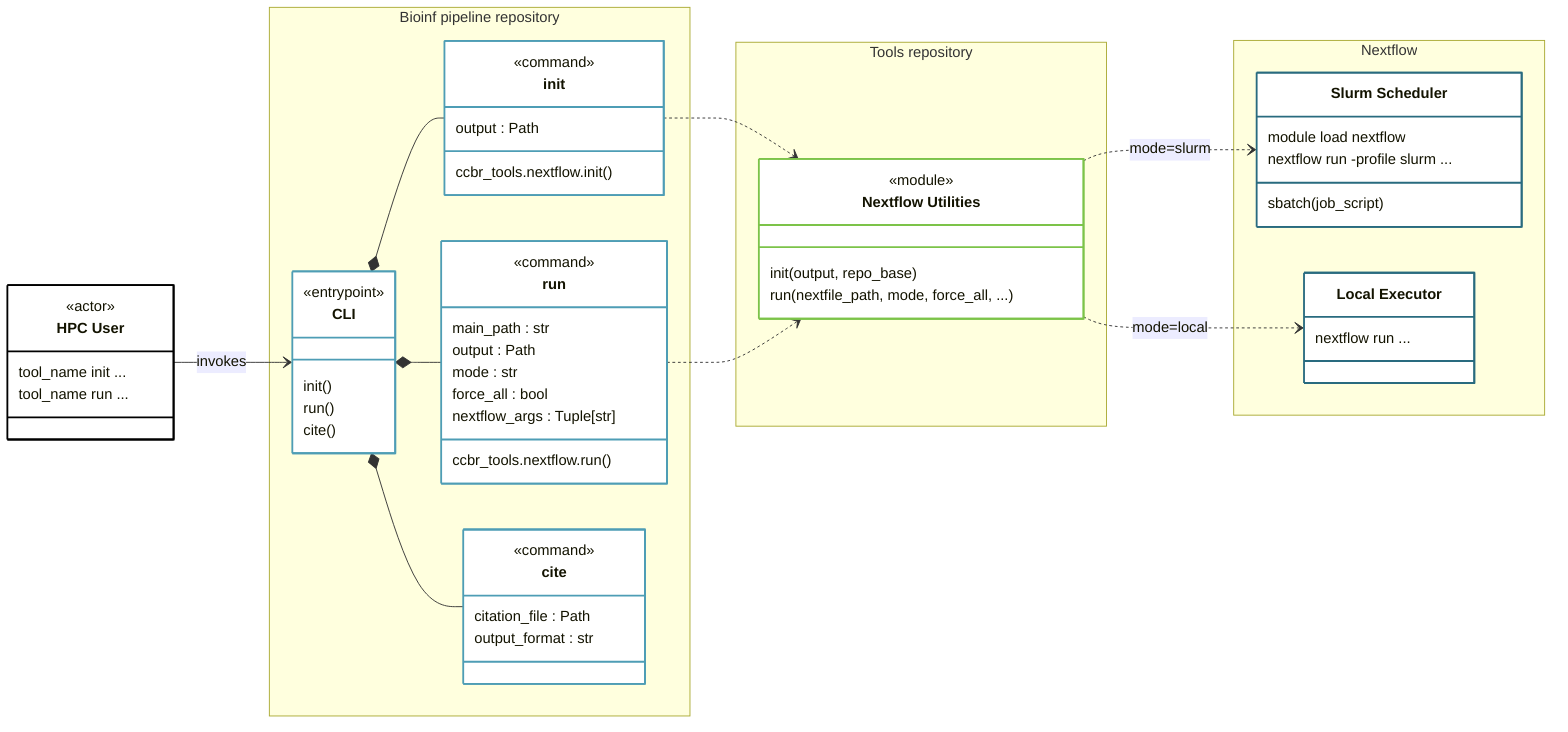
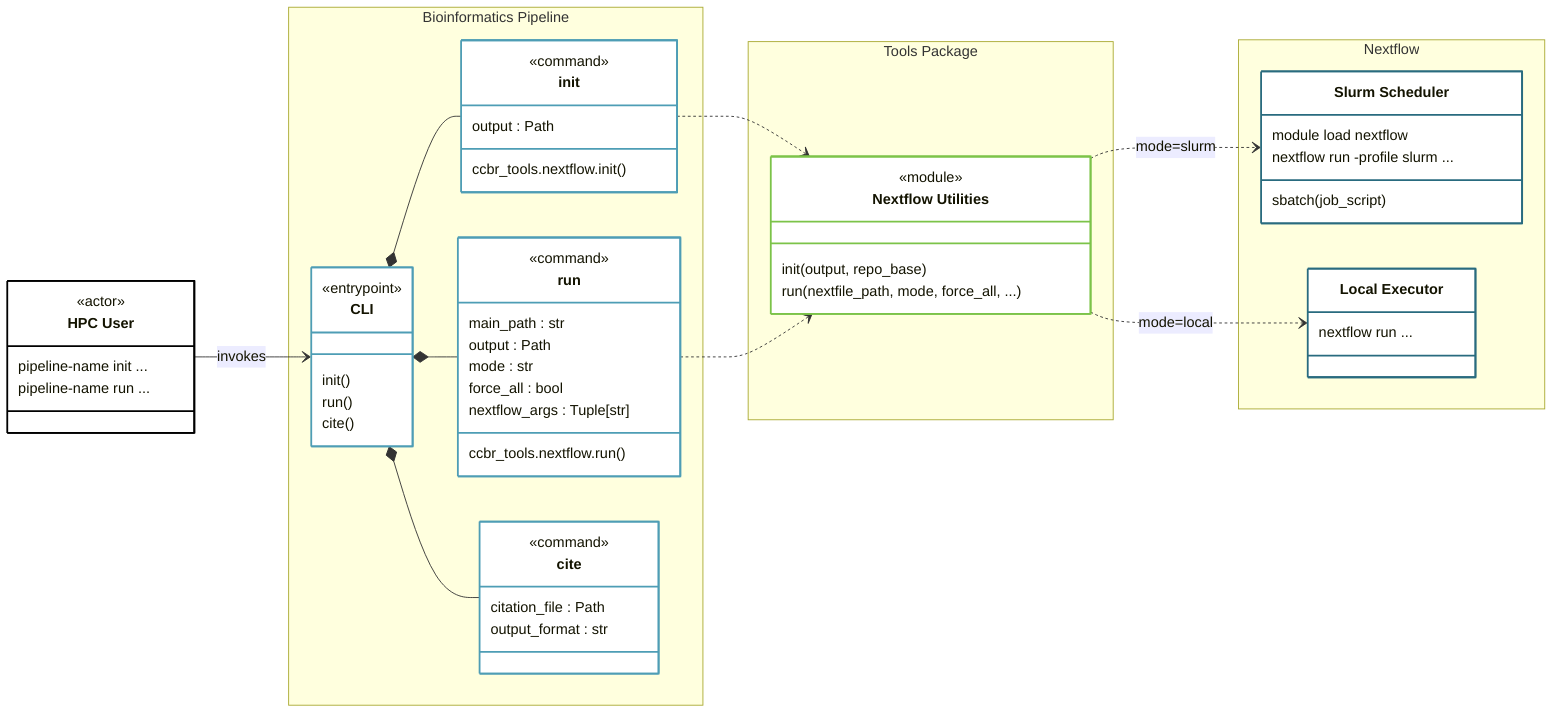
%%{init: {
  "themeVariables": {
    "background": "transparent",
    "fontSize": "18px",
    "edgeLabelBackground": "#f2f2f2",
  }
}}%%
classDiagram
    direction LR

    class `HPC User`:::actor {
        <<actor>>
-         tool_name init ...
-         tool_name run ...
+         pipeline-name init ...
+         pipeline-name run ...
    }

-     namespace `Bioinf pipeline repository` {
+     namespace `Bioinformatics Pipeline` {
        class CLI:::entrypoint {
            <<entrypoint>>
            init()
            run()
            cite()
        }

        class init:::command {
            <<command>>
            output : Path
            ccbr_tools.nextflow.init()
        }

        class run:::command {
            <<command>>
            main_path : str
            output : Path
            mode : str
            force_all : bool
            nextflow_args : Tuple[str]
            ccbr_tools.nextflow.run()
        }

        class cite:::command {
            <<command>>
            citation_file : Path
            output_format : str
        }
    }

-     namespace `Tools repository` {
+     namespace `Tools Package` {
        class `Nextflow Utilities`:::service {
          <<module>>
            init(output, repo_base)
            run(nextfile_path, mode, force_all, ...)
        }
    }

    namespace Nextflow {
        class `Slurm Scheduler`:::external {
            module load nextflow
            nextflow run -profile slurm ...
            sbatch(job_script)
        }

        class `Local Executor`:::external {
            nextflow run ...
        }
    }

    `HPC User` --> CLI : invokes
    CLI *-- init
    CLI *-- run
    CLI *-- cite
    init ..> `Nextflow Utilities`
    run ..> `Nextflow Utilities`
    `Nextflow Utilities` ..> `Slurm Scheduler` : mode=slurm
    `Nextflow Utilities` ..> `Local Executor` : mode=local

    %% Styles
    classDef actor fill:#ffffff,stroke:#000000,stroke-width:2px
    classDef entrypoint fill:#ffffff,stroke:#4e9db5,stroke-width:2px
    classDef command fill:#ffffff,stroke:#4e9db5,stroke-width:2px
    classDef CI fill:#ffffff,stroke:#ecba4c,stroke-width:2px
    classDef service fill:#ffffff,stroke:#7cc349,stroke-width:2px
    classDef external fill:#ffffff,stroke:#296b7f,stroke-width:2px
    classDef meta fill:#ffffff,stroke:#ecba4c,stroke-width:2px
